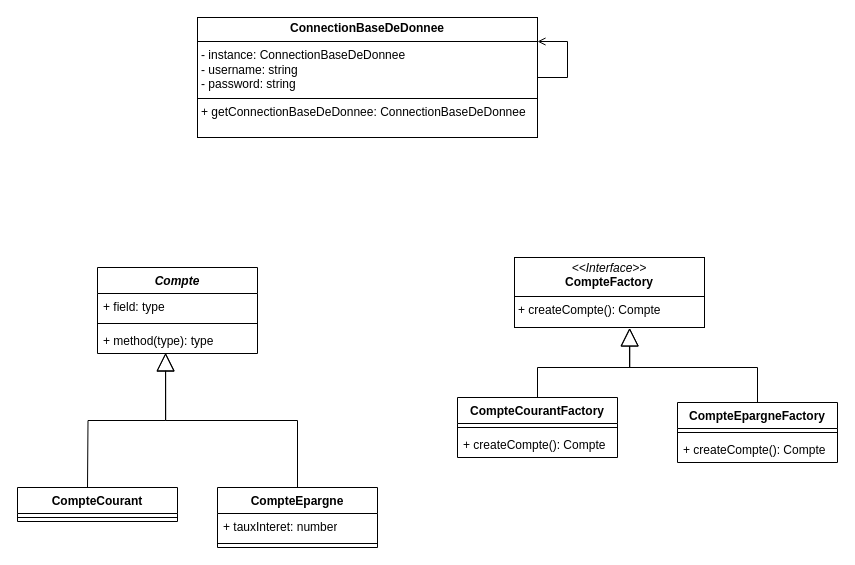
This is docs/DiagrammeDeClasse.drawio from SamuelFMS/18-Dev-Design-Patern, a draw.io file, before an edit. Source tidied: cells renumbered, new cells numbered last; positions are measured from the earlier drawing's top-left corner, leaving out a move shared by most shapes. Both pictures are drawn from the tidied source at 100%, with x=0, y=0 at pixel (17, 17).
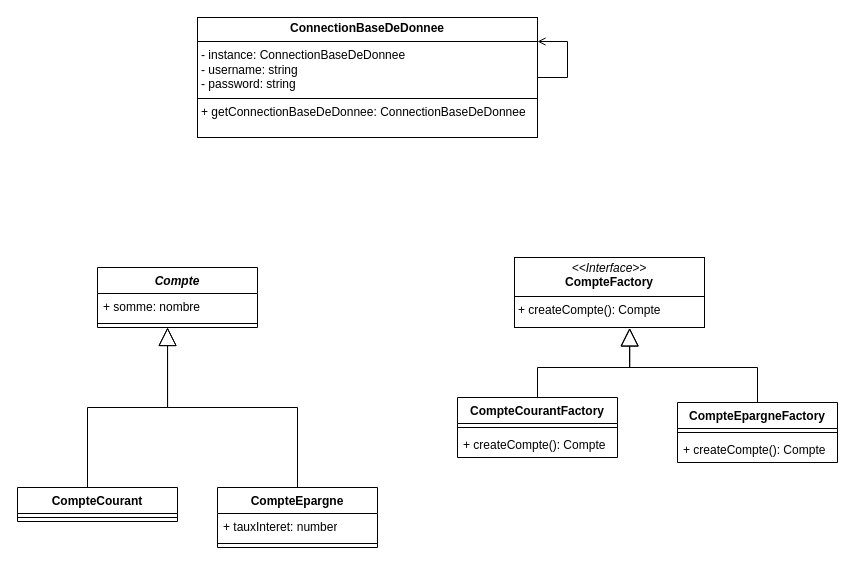
Above is the later version.

Commit message:
docs: Ajout de somme pour la class Compte

Unchanged cells that the change refers to:
```xml
<mxCell id="6" style="line;strokeWidth=1;fillColor=none;align=left;verticalAlign=middle;spacingTop=-1;spacingLeft=3;spacingRight=3;labelPosition=right;points=[];portConstraint=eastwest;strokeColor=inherit;labelPerimeter=1;" parent="4" vertex="1">
  <mxGeometry y="52" width="160" height="8" as="geometry" />
</mxCell>
<mxCell id="8" value="CompteCourant" style="swimlane;fontStyle=1;align=center;verticalAlign=top;horizontal=1;startSize=26;whiteSpace=wrap;html=1;" parent="1" vertex="1">
  <mxGeometry y="470" width="160" height="34" as="geometry" />
</mxCell>
<mxCell id="11" value="CompteEpargne" style="swimlane;fontStyle=1;align=center;verticalAlign=top;horizontal=1;startSize=26;whiteSpace=wrap;html=1;" parent="1" vertex="1">
  <mxGeometry x="200" y="470" width="160" height="60" as="geometry" />
</mxCell>
```

The edit, as a diff of the source:
```diff
@@
     <mxCell id="4" value="&lt;i&gt;Compte&lt;/i&gt;" style="swimlane;fontStyle=1;align=center;verticalAlign=top;horizontal=1;startSize=26;whiteSpace=wrap;html=1;" parent="1" vertex="1">
-      <mxGeometry x="80" y="250" width="160" height="86" as="geometry" />
+      <mxGeometry x="80" y="250" width="160" height="60" as="geometry" />
     </mxCell>
-    <mxCell id="5" value="+ field: type" style="text;strokeColor=none;fillColor=none;align=left;verticalAlign=top;spacingLeft=4;spacingRight=4;overflow=hidden;whiteSpace=wrap;html=1;" parent="4" vertex="1">
+    <mxCell id="5" value="+ somme: nombre" style="text;strokeColor=none;fillColor=none;align=left;verticalAlign=top;spacingLeft=4;spacingRight=4;overflow=hidden;whiteSpace=wrap;html=1;" parent="4" vertex="1">
       <mxGeometry y="26" width="160" height="26" as="geometry" />
     </mxCell>
@@
-    <mxCell id="7" value="+ method(type): type" style="text;strokeColor=none;fillColor=none;align=left;verticalAlign=top;spacingLeft=4;spacingRight=4;overflow=hidden;points=[[0,0.5],[1,0.5]];portConstraint=eastwest;whiteSpace=wrap;html=1;" parent="4" vertex="1">
-      <mxGeometry y="60" width="160" height="26" as="geometry" />
-    </mxCell>
@@
-    <mxCell id="9" style="endArrow=block;endSize=16;endFill=0;html=1;rounded=0;defaultLabelBackgroundColor=page;labelPadding=0 4;entryX=0.425;entryY=0.987;entryDx=0;entryDy=0;entryPerimeter=0;edgeStyle=orthogonalEdgeStyle;" parent="8" edge="1" target="7">
+    <mxCell id="9" style="endArrow=block;endSize=16;endFill=0;html=1;rounded=0;defaultLabelBackgroundColor=page;labelPadding=0 4;edgeStyle=orthogonalEdgeStyle;" parent="8" edge="1">
       <mxGeometry relative="1" as="geometry">
         <mxPoint x="70" as="sourcePoint" />
+        <mxPoint x="150" y="-160" as="targetPoint" />
+        <Array as="points">
+          <mxPoint x="70" y="-80" />
+          <mxPoint x="150" y="-80" />
+        </Array>
       </mxGeometry>
     </mxCell>
@@
-    <mxCell id="14" style="endArrow=block;endSize=16;endFill=0;html=1;rounded=0;defaultLabelBackgroundColor=page;labelPadding=0 4;entryX=0.426;entryY=0.967;entryDx=0;entryDy=0;entryPerimeter=0;edgeStyle=orthogonalEdgeStyle;" parent="1" edge="1" source="11" target="7">
+    <mxCell id="14" style="endArrow=block;endSize=16;endFill=0;html=1;rounded=0;defaultLabelBackgroundColor=page;labelPadding=0 4;entryX=0.438;entryY=1;entryDx=0;entryDy=0;entryPerimeter=0;edgeStyle=orthogonalEdgeStyle;" parent="1" edge="1" source="11" target="6">
       <mxGeometry relative="1" as="geometry" />
     </mxCell>
```
